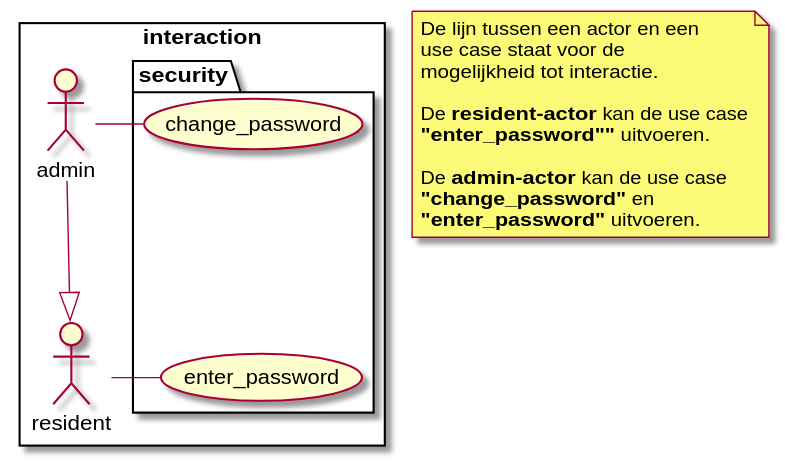
LukevLuijn/cheat_sheet_osm_mo keeps this PlantUML diagram as export/use_case/actor_interaction.svg. Above is the earlier version.
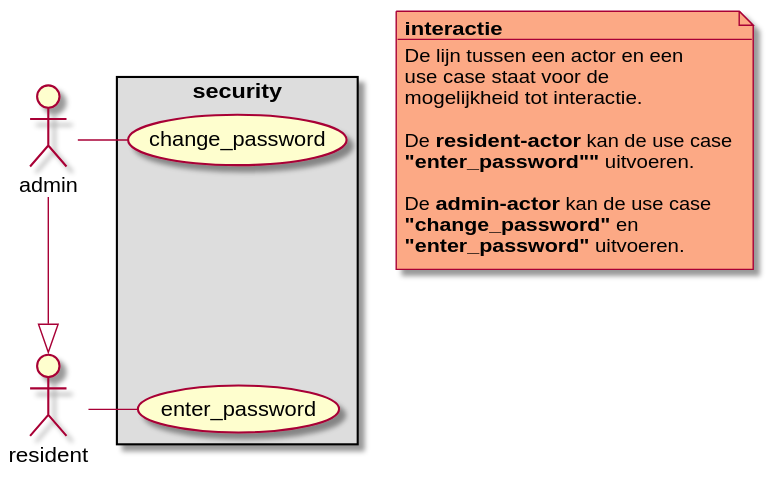
Later version of the same file.

Change to the diagram source:
```diff
@@ -1,23 +1,23 @@
 @startuml
 
-rectangle r1 as "interaction" {
-    package "security" as p1{
-        usecase enter_password as uc1
-        usecase change_password as uc2
+rectangle "security" as p1 #DDDDDD{
+    usecase enter_password as uc1
+    usecase change_password as uc2
 
-        uc1 -[hidden]up-> uc2
-    }
-
-    actor "admin" as a1
-    actor "resident" as a2
-
-    a1 -right- uc2
-    a2 -right- uc1
-
-    a1 --|> a2
+    uc1 -[hidden]up-> uc2
 }
 
-note as n1
+actor "admin" as a1
+actor "resident" as a2
+
+a1 -right- uc2
+a2 -right- uc1
+
+a1 --|> a2
+
+note as n1 #FCA985
+    **interactie**
+    --
     De lijn tussen een actor en een
     use case staat voor de
     mogelijkheid tot interactie.
```
